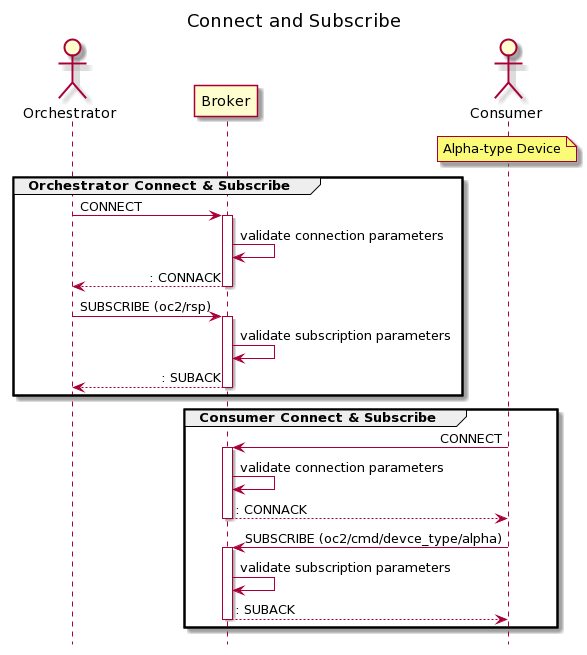
Above: images/con_sub.png in oasis-tcs/openc2-transf-mqtt (PlantUML), before the change.
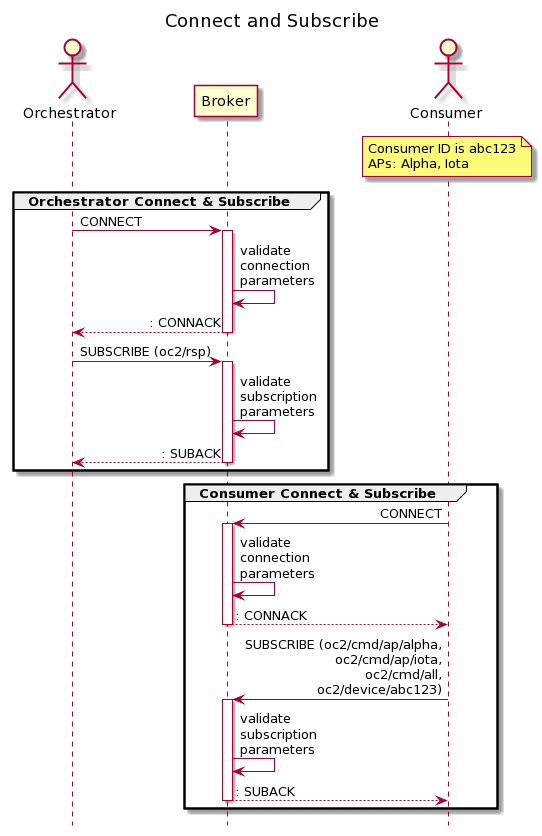
The same file after the commit.

Commit message:
Update example messages, sequence diagram

Change to the diagram source:
```diff
@@ -1,4 +1,5 @@
 @startuml
+
 
 Title Connect and Subscribe
 hide footbox
@@ -6,26 +7,26 @@
 actor Orchestrator as O
 participant Broker as B
 actor Consumer as C
-note over C: Alpha-type Device
+note over C: Consumer ID is abc123\nAPs: Alpha, Iota
 group Orchestrator Connect & Subscribe
 O -> B : CONNECT
 activate B
-B -> B : validate connection parameters
+B -> B : validate\nconnection\nparameters
 return : CONNACK
 O -> B : SUBSCRIBE (oc2/rsp)
 activate B
-B -> B : validate subscription parameters
+B -> B : validate\nsubscription\nparameters
 
 return : SUBACK
 end
 group Consumer Connect & Subscribe
 C -> B : CONNECT
 activate B
-B -> B : validate connection parameters
+B -> B : validate\nconnection\nparameters
 return : CONNACK
-C -> B : SUBSCRIBE (oc2/cmd/devce_type/alpha)
+C -> B : SUBSCRIBE (oc2/cmd/ap/alpha,\noc2/cmd/ap/iota,\noc2/cmd/all,\noc2/device/abc123)
 activate B
-B -> B : validate subscription parameters
+B -> B : validate\nsubscription\nparameters
 
 return : SUBACK
 end
```
